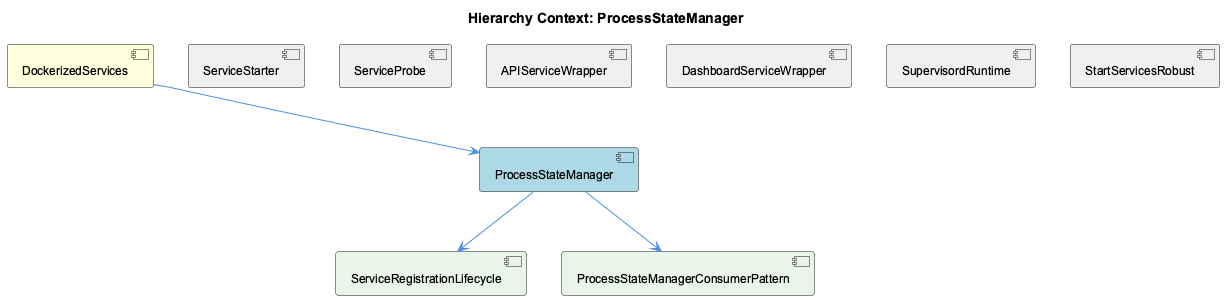
fwornle/coding keeps this PlantUML diagram as knowledge-management/insights/images/process-state-manager-relationship.png. Above is the earlier version.
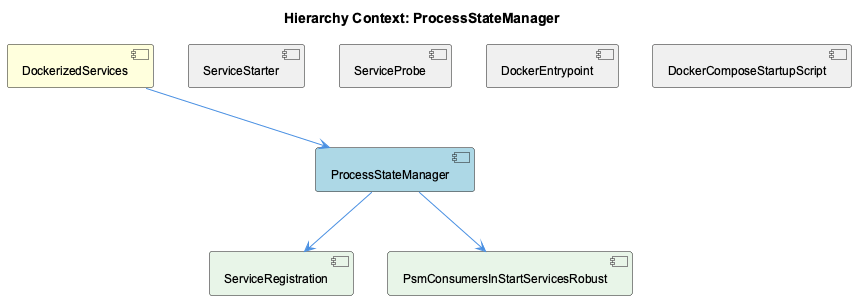
After the commit.

Diff of the diagram source:
```diff
@@ -7,21 +7,17 @@
 [ProcessStateManager] as process_state_manager #LightBlue
 [ServiceStarter] as service_starter #F0F0F0
 [ServiceProbe] as service_probe #F0F0F0
-[APIServiceWrapper] as apiservice_wrapper #F0F0F0
-[DashboardServiceWrapper] as dashboard_service_wrapper #F0F0F0
-[SupervisordRuntime] as supervisord_runtime #F0F0F0
-[StartServicesRobust] as start_services_robust #F0F0F0
-[ServiceRegistrationLifecycle] as service_registration_lifecycle #E8F5E8
-[ProcessStateManagerConsumerPattern] as process_state_manager_consumer_pattern #E8F5E8
+[DockerEntrypoint] as docker_entrypoint #F0F0F0
+[DockerComposeStartupScript] as docker_compose_startup_script #F0F0F0
+[ServiceRegistration] as service_registration #E8F5E8
+[PsmConsumersInStartServicesRobust] as psm_consumers_in_start_services_robust #E8F5E8
 
 dockerized_services --> process_state_manager
 service_starter -[hidden]- process_state_manager
 service_probe -[hidden]- process_state_manager
-apiservice_wrapper -[hidden]- process_state_manager
-dashboard_service_wrapper -[hidden]- process_state_manager
-supervisord_runtime -[hidden]- process_state_manager
-start_services_robust -[hidden]- process_state_manager
-process_state_manager --> service_registration_lifecycle
-process_state_manager --> process_state_manager_consumer_pattern
+docker_entrypoint -[hidden]- process_state_manager
+docker_compose_startup_script -[hidden]- process_state_manager
+process_state_manager --> service_registration
+process_state_manager --> psm_consumers_in_start_services_robust
 
 @enduml
```
